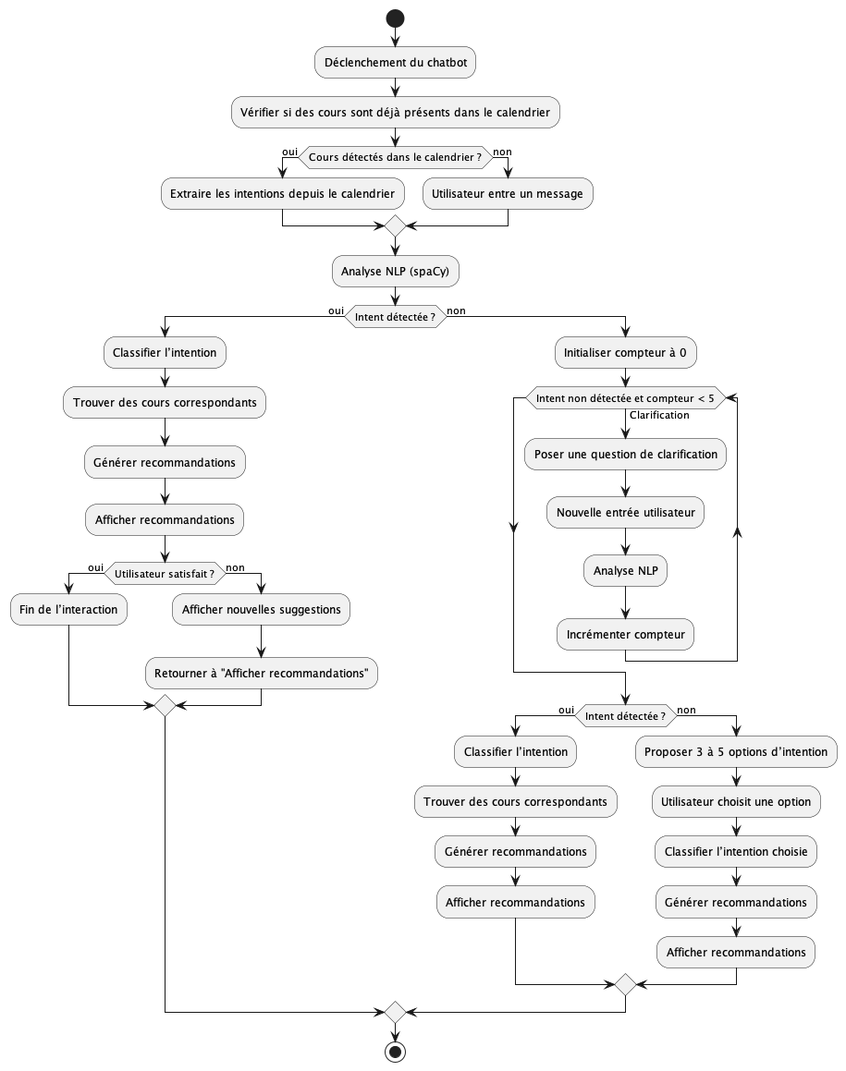
TibbySHR/Planificateur keeps this PlantUML diagram as assets/dialogue_flow.png. Above is the earlier version.
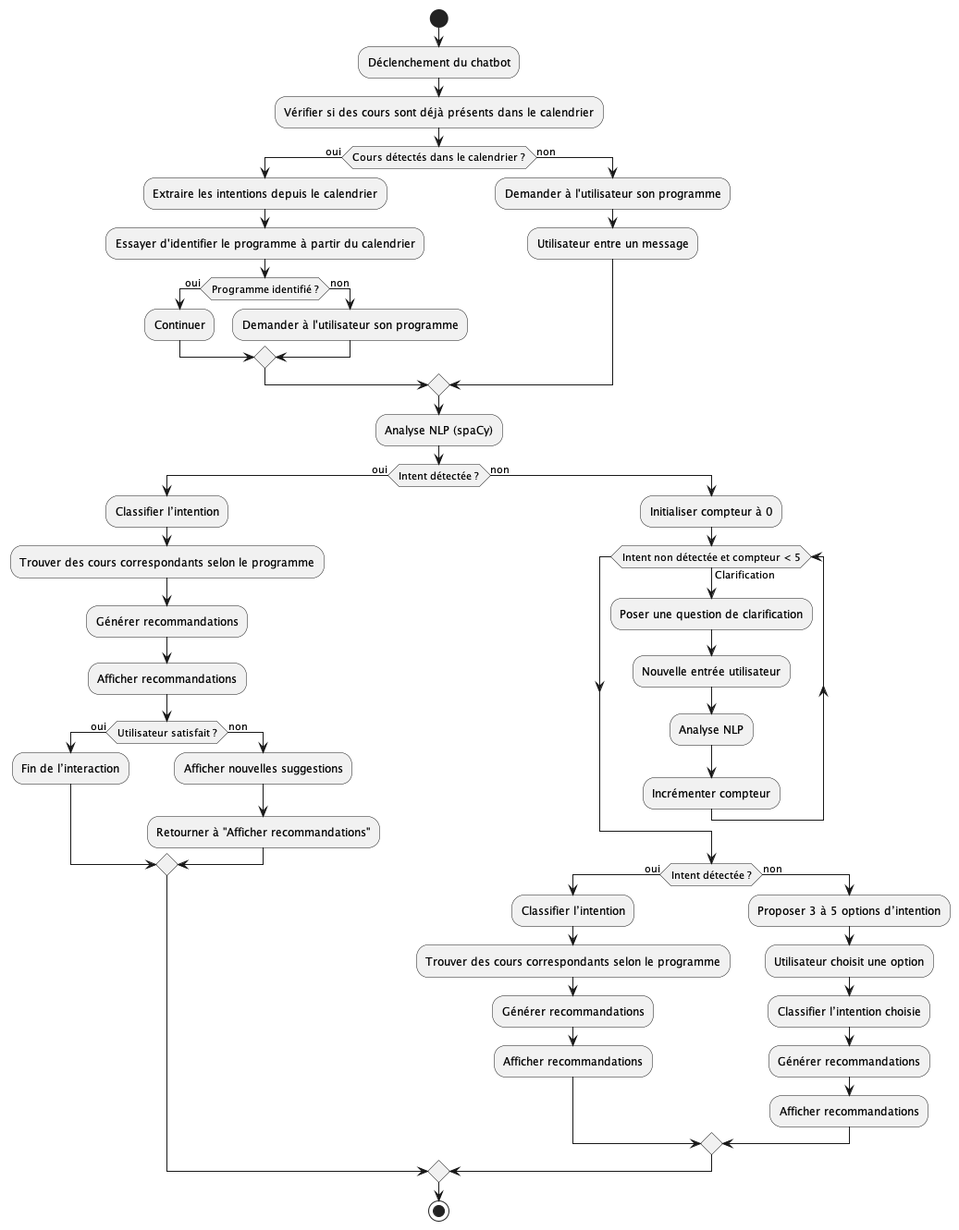
Above is the later version.

What changed in the source:
```diff
@@ -7,7 +7,14 @@
 
 if (Cours détectés dans le calendrier ?) then (oui)
   :Extraire les intentions depuis le calendrier;
+  :Essayer d'identifier le programme à partir du calendrier;
+  if (Programme identifié ?) then (oui)
+    :Continuer;
+  else (non)
+    :Demander à l'utilisateur son programme;
+  endif
 else (non)
+  :Demander à l'utilisateur son programme;
   :Utilisateur entre un message;
 endif
 
@@ -15,7 +22,7 @@
 
 if (Intent détectée ?) then (oui)
   :Classifier l’intention;
-  :Trouver des cours correspondants;
+  :Trouver des cours correspondants selon le programme;
   :Générer recommandations;
   :Afficher recommandations;
 
@@ -38,7 +45,7 @@
 
   if (Intent détectée ?) then (oui)
     :Classifier l’intention;
-    :Trouver des cours correspondants;
+    :Trouver des cours correspondants selon le programme;
     :Générer recommandations;
     :Afficher recommandations;
   else (non)
@@ -48,7 +55,6 @@
     :Générer recommandations;
     :Afficher recommandations;
   endif
-
 endif
 
 stop
```
